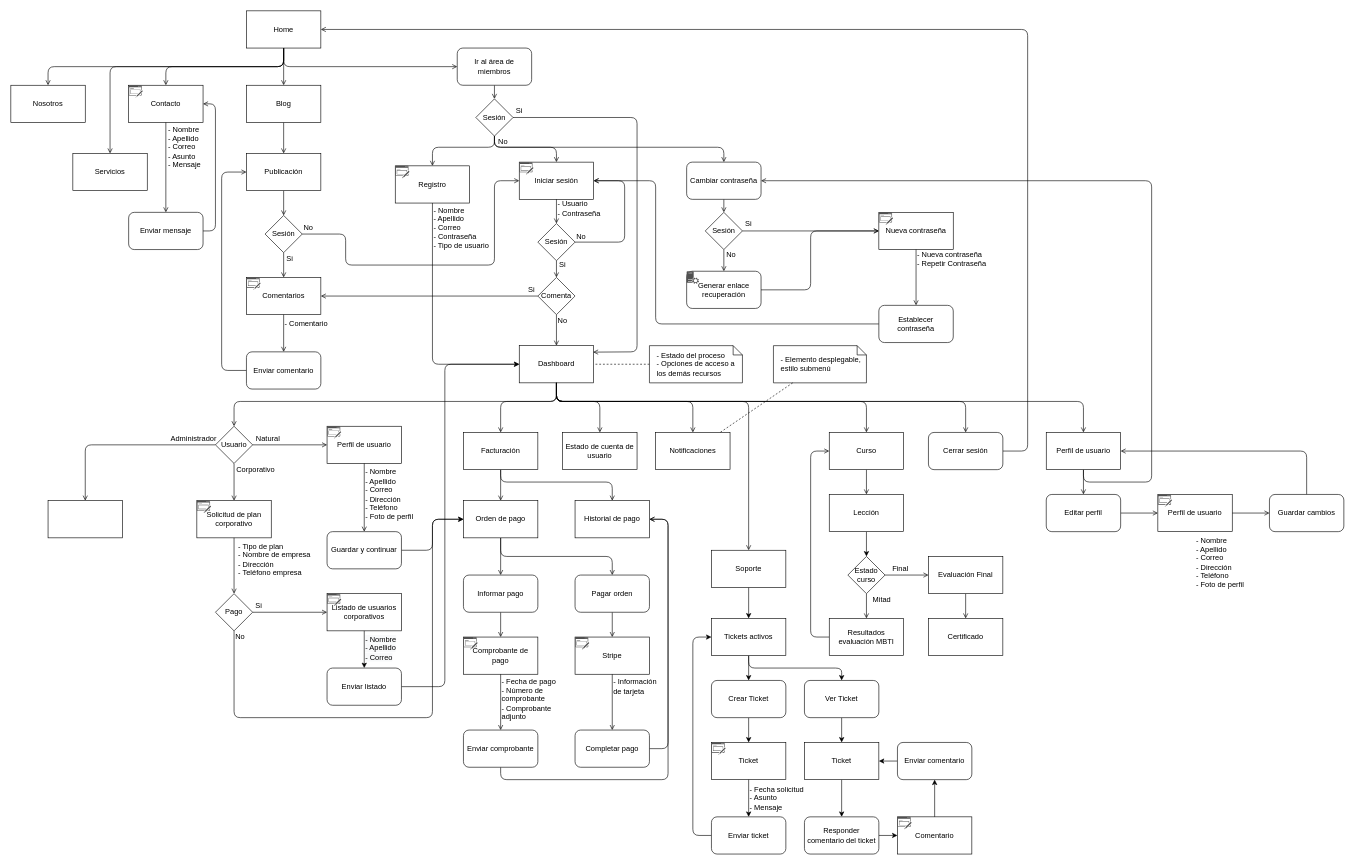
correakarl/TheTypeFactor keeps this draw.io diagram as documentation/MapaDeContenido.drawio. Above is the earlier version. Source tidied: cells renumbered, new cells numbered last; positions are measured from the earlier drawing's top-left corner, leaving out a move shared by most shapes. Both pictures are drawn from the tidied source at 62%, with x=0, y=0 at pixel (11, 11).
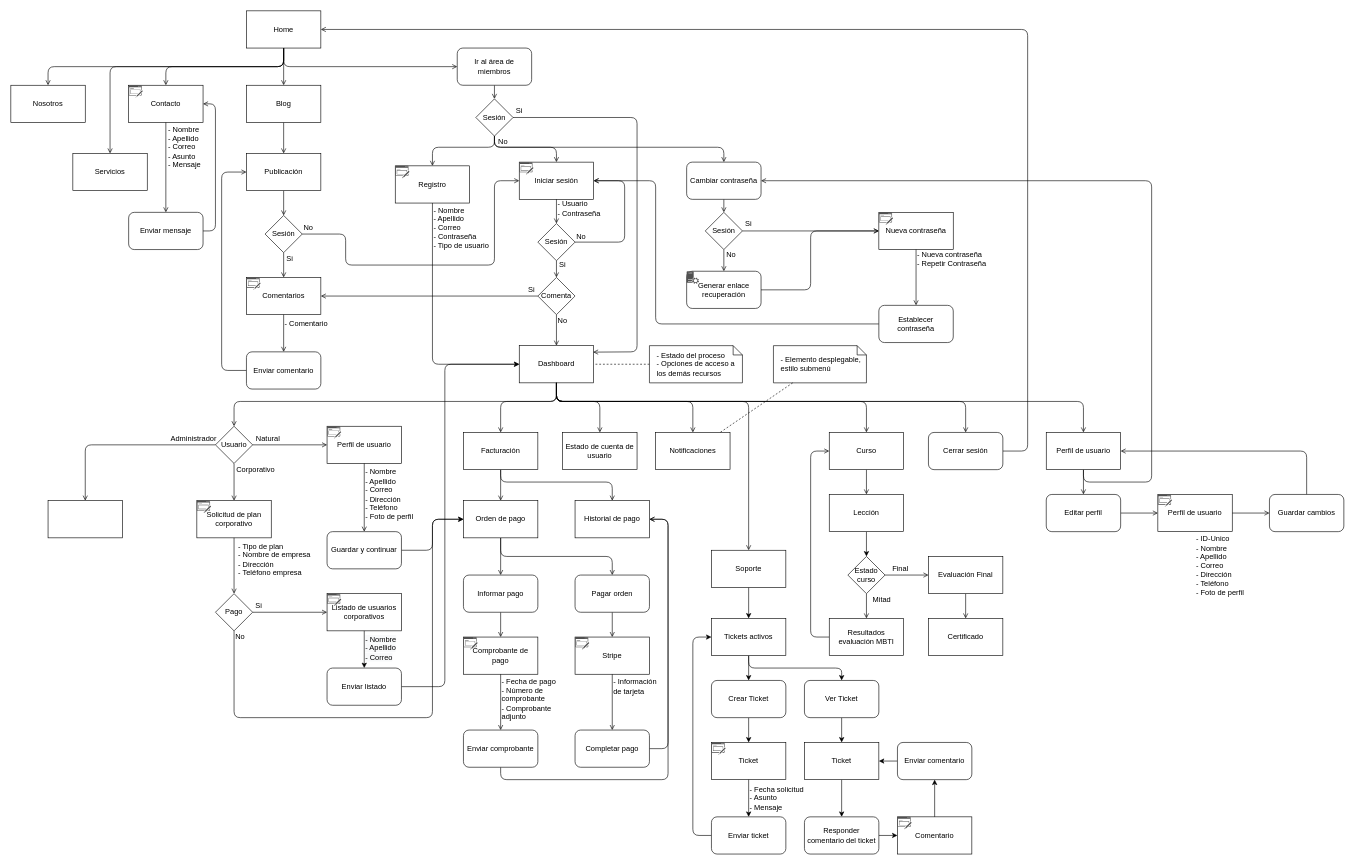
The same page after the edit.

Commit message:
update content site map

Change to the diagram source:
```diff
@@
-    <mxCell id="107" value="- Nombre&lt;br&gt;- Apellido&lt;br&gt;- Correo&lt;br&gt;- Dirección&lt;br&gt;- Teléfono&lt;br&gt;- Foto de perfil" style="text;html=1;strokeColor=none;fillColor=none;align=left;verticalAlign=middle;whiteSpace=wrap;rounded=0;" parent="1" vertex="1">
-      <mxGeometry x="1910" y="840" width="120" height="100" as="geometry" />
+    <mxCell id="107" value="- ID-Unico&lt;br&gt;- Nombre&lt;br&gt;- Apellido&lt;br&gt;- Correo&lt;br&gt;- Dirección&lt;br&gt;- Teléfono&lt;br&gt;- Foto de perfil" style="text;html=1;strokeColor=none;fillColor=none;align=left;verticalAlign=middle;whiteSpace=wrap;rounded=0;" parent="1" vertex="1">
+      <mxGeometry x="1910" y="840" width="120" height="110" as="geometry" />
     </mxCell>
```
